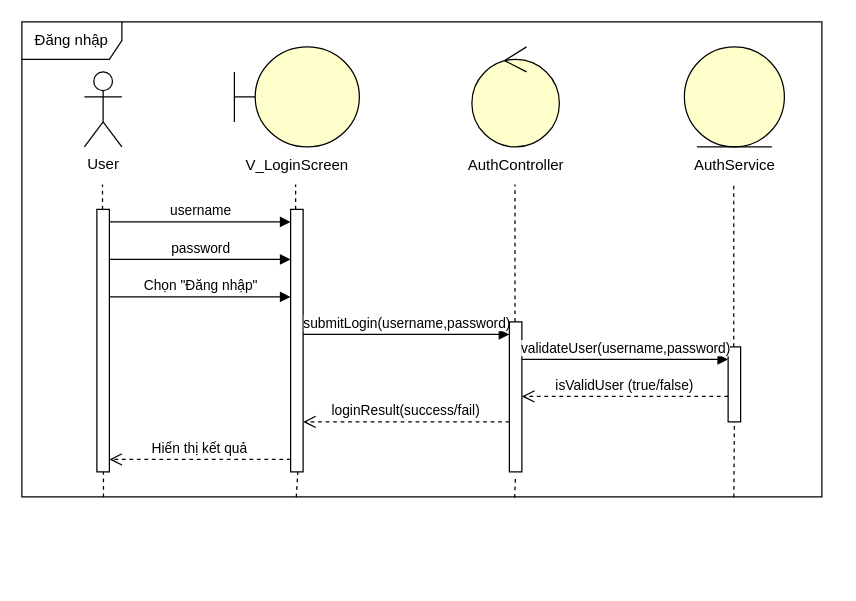
cuongceg/BTL-IT3120 keeps this draw.io diagram as Sequence diagram/Login/login.drawio. Above is the earlier version. Source tidied: cells renumbered, new cells numbered last; positions are measured from the earlier drawing's top-left corner, leaving out a move shared by most shapes. Both pictures are drawn from the tidied source at 125%, with x=0, y=0 at pixel (21, 21).
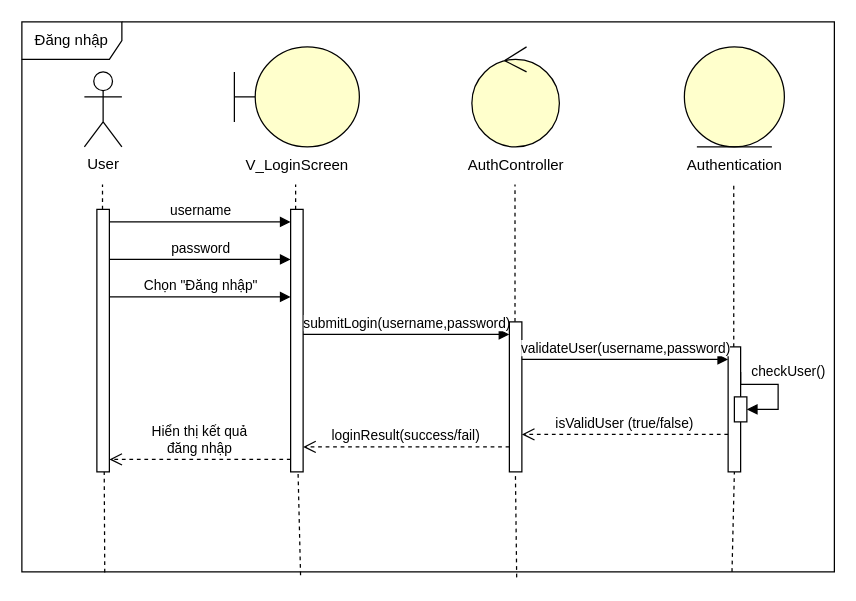
Above is the later version.

Commit message:
Cập nhật login.drawio

The change refers to these unchanged cells:
```xml
<mxCell id="9" style="html=1;points=[[0,0,0,0,5],[0,1,0,0,-5],[1,0,0,0,5],[1,1,0,0,-5]];perimeter=orthogonalPerimeter;outlineConnect=0;targetShapes=umlLifeline;portConstraint=eastwest;newEdgeStyle={&quot;curved&quot;:0,&quot;rounded&quot;:0};" parent="1" vertex="1">
  <mxGeometry x="215" y="150" width="10" height="210" as="geometry" />
</mxCell>
<mxCell id="21" style="html=1;points=[[0,0,0,0,5],[0,1,0,0,-5],[1,0,0,0,5],[1,1,0,0,-5]];perimeter=orthogonalPerimeter;outlineConnect=0;targetShapes=umlLifeline;portConstraint=eastwest;newEdgeStyle={&quot;curved&quot;:0,&quot;rounded&quot;:0};" parent="1" vertex="1">
  <mxGeometry x="390" y="240" width="10" height="120" as="geometry" />
</mxCell>
```

Diff of the diagram source:
```diff
@@
-    <mxCell id="8" style="endArrow=none;dashed=1;html=1;rounded=0;entryX=0.588;entryY=0.988;entryDx=0;entryDy=0;entryPerimeter=0;exitX=0.343;exitY=1.001;exitDx=0;exitDy=0;exitPerimeter=0;" parent="1" edge="1" source="29" target="9">
+    <mxCell id="8" style="endArrow=none;dashed=1;html=1;rounded=0;entryX=0.588;entryY=0.988;entryDx=0;entryDy=0;entryPerimeter=0;exitX=0.343;exitY=1.006;exitDx=0;exitDy=0;exitPerimeter=0;" parent="1" edge="1" source="29" target="9">
       <mxGeometry relative="1" as="geometry" />
     </mxCell>
@@
-    <mxCell id="18" style="endArrow=none;dashed=1;html=1;rounded=0;entryX=0.5;entryY=1;entryDx=0;entryDy=0;exitX=0.89;exitY=1.001;exitDx=0;exitDy=0;exitPerimeter=0;" parent="1" edge="1" source="29" target="19">
+    <mxCell id="18" style="endArrow=none;dashed=1;html=1;rounded=0;entryX=0.5;entryY=1;entryDx=0;entryDy=0;exitX=0.874;exitY=1;exitDx=0;exitDy=0;exitPerimeter=0;" parent="1" edge="1" source="29" target="19">
       <mxGeometry relative="1" as="geometry" />
     </mxCell>
     <mxCell id="19" style="html=1;points=[[0,0,0,0,5],[0,1,0,0,-5],[1,0,0,0,5],[1,1,0,0,-5]];perimeter=orthogonalPerimeter;outlineConnect=0;targetShapes=umlLifeline;portConstraint=eastwest;newEdgeStyle={&quot;curved&quot;:0,&quot;rounded&quot;:0};" parent="1" vertex="1">
-      <mxGeometry x="565" y="260" width="10" height="60" as="geometry" />
+      <mxGeometry x="565" y="260" width="10" height="100" as="geometry" />
     </mxCell>
-    <mxCell id="20" style="endArrow=none;dashed=1;html=1;rounded=0;entryX=0.486;entryY=1.028;entryDx=0;entryDy=0;entryPerimeter=0;exitX=0.616;exitY=1.002;exitDx=0;exitDy=0;exitPerimeter=0;" parent="1" edge="1" source="29" target="21">
+    <mxCell id="20" style="endArrow=none;dashed=1;html=1;rounded=0;entryX=0.486;entryY=1.028;entryDx=0;entryDy=0;entryPerimeter=0;exitX=0.609;exitY=1.01;exitDx=0;exitDy=0;exitPerimeter=0;" parent="1" edge="1" source="29" target="21">
       <mxGeometry relative="1" as="geometry" />
     </mxCell>
@@
     <mxCell id="22" value="isValidUser (true/false)" style="html=1;verticalAlign=bottom;endArrow=open;dashed=1;endSize=8;curved=0;rounded=0;" parent="1" edge="1">
       <mxGeometry relative="1" as="geometry">
-        <mxPoint x="565" y="299.6" as="sourcePoint" />
-        <mxPoint x="400" y="299.6" as="targetPoint" />
+        <mxPoint x="565" y="330" as="sourcePoint" />
+        <mxPoint x="400" y="330" as="targetPoint" />
       </mxGeometry>
     </mxCell>
@@
     <mxCell id="24" value="loginResult(success/fail)" style="html=1;verticalAlign=bottom;endArrow=open;dashed=1;endSize=8;curved=0;rounded=0;" parent="1" edge="1">
       <mxGeometry relative="1" as="geometry">
-        <mxPoint x="390" y="320" as="sourcePoint" />
-        <mxPoint x="225" y="320" as="targetPoint" />
+        <mxPoint x="390" y="340" as="sourcePoint" />
+        <mxPoint x="225" y="340" as="targetPoint" />
       </mxGeometry>
     </mxCell>
-    <mxCell id="25" value="Hiển thị kết quả" style="html=1;verticalAlign=bottom;endArrow=open;dashed=1;endSize=8;curved=0;rounded=0;" parent="1" edge="1">
+    <mxCell id="25" value="Hiển thị kết quả&lt;br&gt;đăng nhập" style="html=1;verticalAlign=bottom;endArrow=open;dashed=1;endSize=8;curved=0;rounded=0;" parent="1" edge="1">
       <mxGeometry relative="1" as="geometry">
         <mxPoint x="215" y="350" as="sourcePoint" />
         <mxPoint x="70" y="350" as="targetPoint" />
       </mxGeometry>
     </mxCell>
@@
-    <mxCell id="28" value="&lt;span style=&quot;text-wrap-mode: wrap;&quot;&gt;AuthService&lt;/span&gt;" style="text;html=1;align=center;verticalAlign=middle;strokeColor=none;fillColor=none;" parent="1" vertex="1">
-      <mxGeometry x="525" y="100" width="90" height="30" as="geometry" />
+    <mxCell id="28" value="&lt;span style=&quot;text-wrap-mode: wrap;&quot;&gt;Authentication&lt;/span&gt;" style="text;html=1;align=center;verticalAlign=middle;strokeColor=none;fillColor=none;" parent="1" vertex="1">
+      <mxGeometry x="520" y="100" width="100" height="30" as="geometry" />
     </mxCell>
     <mxCell id="29" value="Đăng nhập" style="shape=umlFrame;whiteSpace=wrap;html=1;width=80;height=30;" parent="1" vertex="1">
-      <mxGeometry width="640" height="380" as="geometry" />
+      <mxGeometry width="650" height="440" as="geometry" />
     </mxCell>
+    <mxCell id="30" style="html=1;points=[[0,0,0,0,5],[0,1,0,0,-5],[1,0,0,0,5],[1,1,0,0,-5]];perimeter=orthogonalPerimeter;outlineConnect=0;targetShapes=umlLifeline;portConstraint=eastwest;newEdgeStyle={&quot;curved&quot;:0,&quot;rounded&quot;:0};" parent="1" vertex="1">
+      <mxGeometry x="570" y="300" width="10" height="20" as="geometry" />
+    </mxCell>
+    <mxCell id="31" value="checkUser()" style="html=1;align=left;spacingLeft=2;endArrow=block;rounded=0;edgeStyle=orthogonalEdgeStyle;curved=0;rounded=0;" parent="1" edge="1" target="30">
+      <mxGeometry x="-1" y="5" relative="1" as="geometry">
+        <mxPoint x="575" y="280" as="sourcePoint" />
+        <Array as="points">
+          <mxPoint x="575" y="290" />
+          <mxPoint x="605" y="290" />
+          <mxPoint x="605" y="310" />
+        </Array>
+      </mxGeometry>
+    </mxCell>
```
